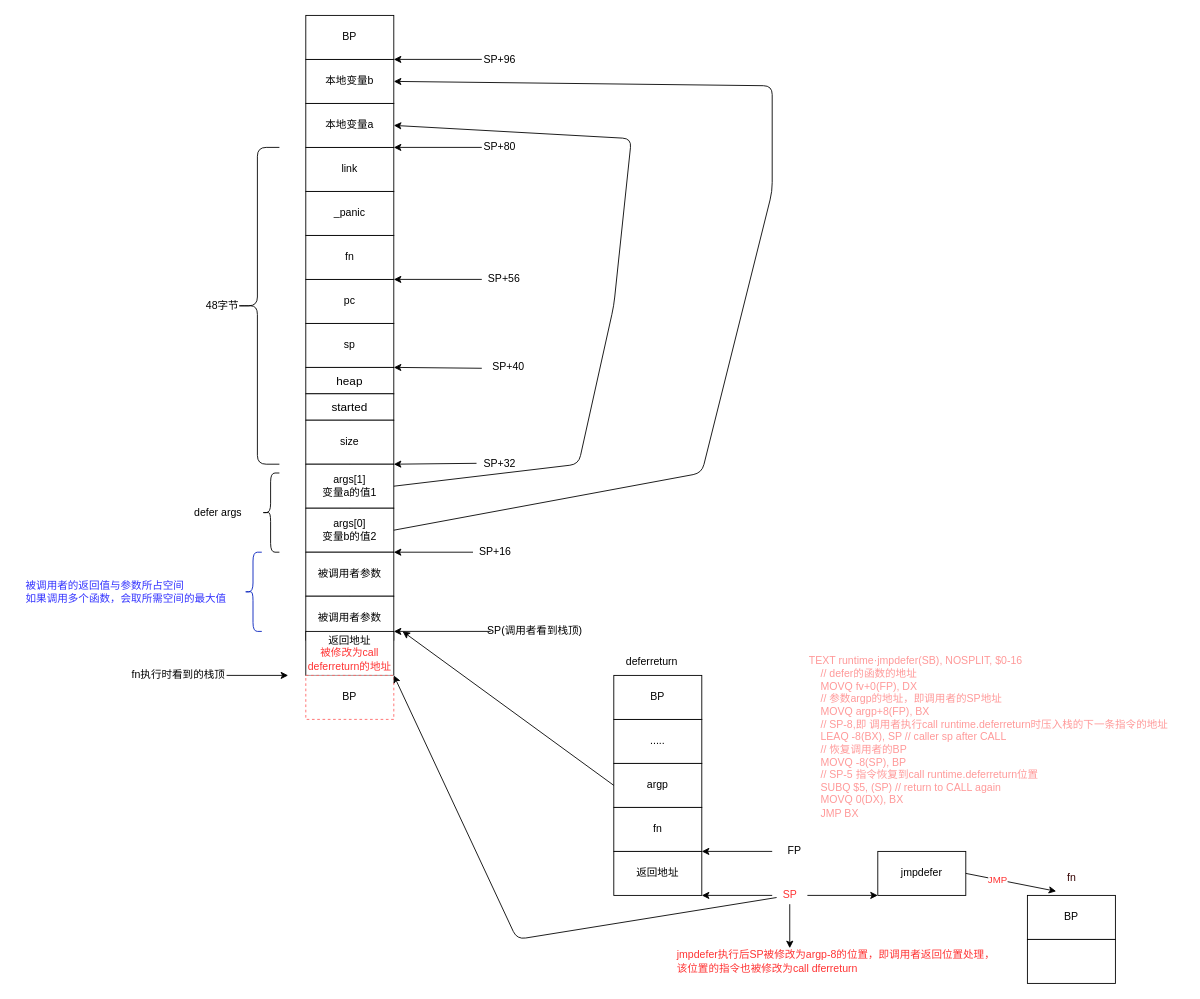
Earlier version of the draw.io diagram page "循环调用defer" (2 of 4) of dev-tool/go/source/image/defer2.drawio (6z7/my-notebook). Source tidied: cells renumbered, new cells numbered last; positions are measured from the earlier drawing's top-left corner, leaving out a move shared by most shapes. Both pictures are drawn from the tidied source at 88%, with x=0, y=0 at pixel (24, 15).
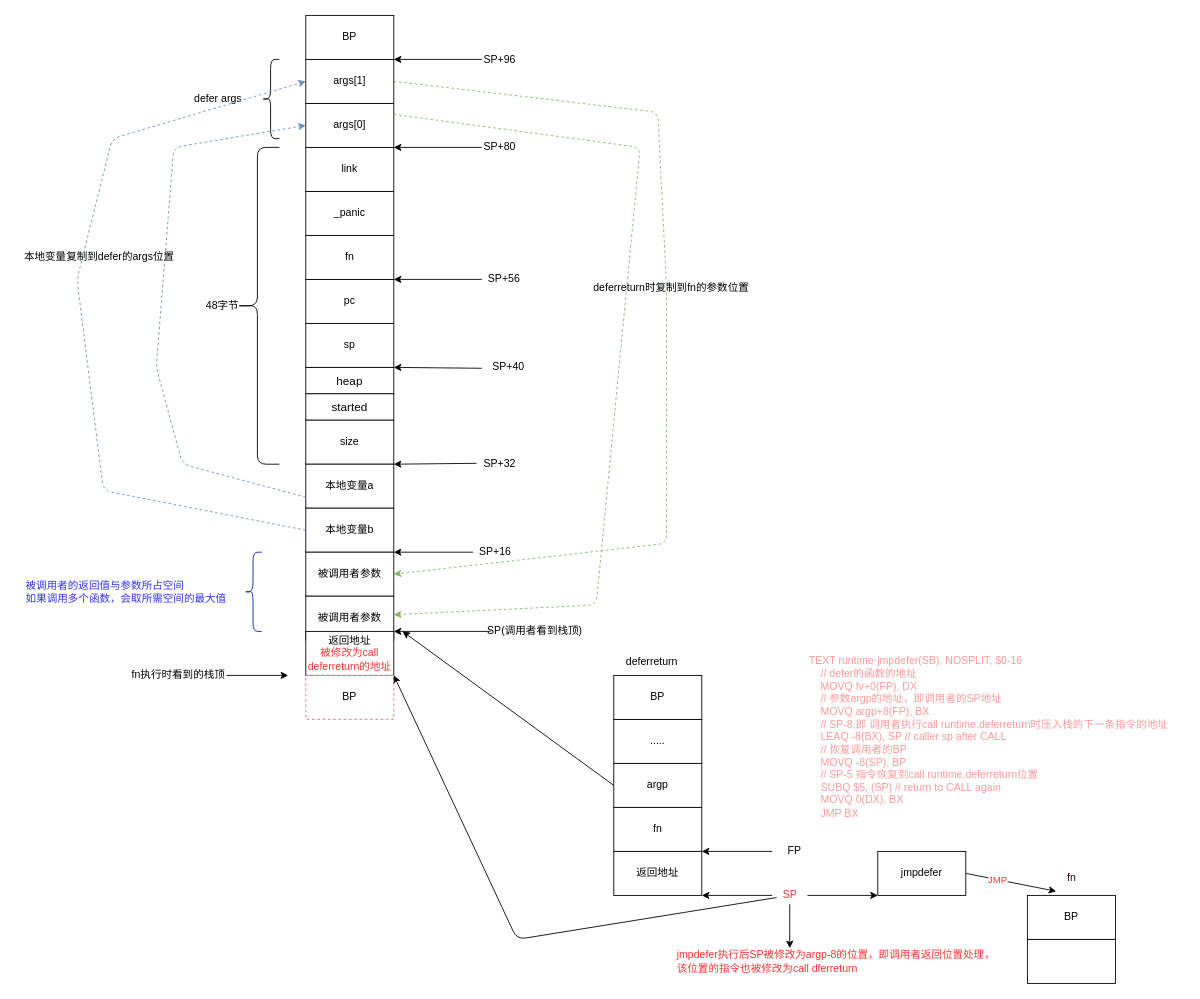
Above is the later version.

Unchanged cells that the change refers to:
```xml
<mxCell id="26" value="被调用者参数" style="rounded=0;whiteSpace=wrap;html=1;" parent="1" vertex="1">
  <mxGeometry x="320" y="610" width="100" height="50" as="geometry" />
</mxCell>
<mxCell id="28" value="被调用者参数" style="rounded=0;whiteSpace=wrap;html=1;" parent="1" vertex="1">
  <mxGeometry x="320" y="660" width="100" height="50" as="geometry" />
</mxCell>
```

What changed in the source:
```diff
@@
-    <mxCell id="11" value="本地变量a" style="rounded=0;whiteSpace=wrap;html=1;" parent="1" vertex="1">
+    <mxCell id="11" value="args[0]" style="rounded=0;whiteSpace=wrap;html=1;" parent="1" vertex="1">
       <mxGeometry x="320" y="100" width="100" height="50" as="geometry" />
     </mxCell>
@@
-    <mxCell id="13" value="本地变量b" style="rounded=0;whiteSpace=wrap;html=1;" parent="1" vertex="1">
+    <mxCell id="13" value="args[1]" style="rounded=0;whiteSpace=wrap;html=1;" parent="1" vertex="1">
       <mxGeometry x="320" y="50" width="100" height="50" as="geometry" />
     </mxCell>
@@
-    <mxCell id="22" value="args[1]&lt;br&gt;变量a的值1" style="rounded=0;whiteSpace=wrap;html=1;" parent="1" vertex="1">
+    <mxCell id="22" value="本地变量a" style="rounded=0;whiteSpace=wrap;html=1;" parent="1" vertex="1">
       <mxGeometry x="320" y="510" width="100" height="50" as="geometry" />
     </mxCell>
-    <mxCell id="23" value="args[0]&lt;br&gt;变量b的值2" style="rounded=0;whiteSpace=wrap;html=1;" parent="1" vertex="1">
+    <mxCell id="23" value="&lt;span&gt;本地变量b&lt;/span&gt;" style="rounded=0;whiteSpace=wrap;html=1;" parent="1" vertex="1">
       <mxGeometry x="320" y="560" width="100" height="50" as="geometry" />
     </mxCell>
@@
     <mxCell id="66" style="shape=curlyBracket;whiteSpace=wrap;html=1;rounded=1;" parent="1" vertex="1">
-      <mxGeometry x="270" y="520" width="20" height="90" as="geometry" />
+      <mxGeometry x="270" y="50" width="20" height="90" as="geometry" />
     </mxCell>
     <mxCell id="67" value="defer args" style="text;html=1;align=center;verticalAlign=middle;" parent="1" vertex="1">
-      <mxGeometry x="185" y="555" width="70" height="20" as="geometry" />
+      <mxGeometry x="185" y="85" width="70" height="20" as="geometry" />
     </mxCell>
-    <mxCell id="68" style="endArrow=classic;html=1;exitX=1;exitY=0.5;exitDx=0;exitDy=0;entryX=1;entryY=0.5;entryDx=0;entryDy=0;" parent="1" edge="1" source="23" target="13">
+    <mxCell id="68" style="endArrow=classic;html=1;exitX=0;exitY=0.5;exitDx=0;exitDy=0;entryX=0;entryY=0.5;entryDx=0;entryDy=0;gradientColor=#7ea6e0;fillColor=#dae8fc;strokeColor=#6c8ebf;dashed=1;" parent="1" edge="1" source="23" target="13">
       <mxGeometry relative="1" as="geometry">
         <Array as="points">
-          <mxPoint x="770" y="520" />
-          <mxPoint x="850" y="200" />
-          <mxPoint x="850" y="80" />
+          <mxPoint x="90" y="540" />
+          <mxPoint x="60" y="300" />
+          <mxPoint x="100" y="140" />
         </Array>
       </mxGeometry>
     </mxCell>
-    <mxCell id="69" style="endArrow=classic;html=1;exitX=1;exitY=0.5;exitDx=0;exitDy=0;entryX=1;entryY=0.5;entryDx=0;entryDy=0;" parent="1" edge="1" source="22" target="11">
+    <mxCell id="69" style="endArrow=classic;html=1;exitX=0;exitY=0.75;exitDx=0;exitDy=0;entryX=0;entryY=0.5;entryDx=0;entryDy=0;gradientColor=#7ea6e0;fillColor=#dae8fc;strokeColor=#6c8ebf;dashed=1;" parent="1" edge="1" source="22" target="11">
       <mxGeometry relative="1" as="geometry">
         <Array as="points">
-          <mxPoint x="630" y="510" />
-          <mxPoint x="670" y="330" />
-          <mxPoint x="690" y="140" />
+          <mxPoint x="180" y="510" />
+          <mxPoint x="150" y="400" />
+          <mxPoint x="170" y="150" />
         </Array>
       </mxGeometry>
     </mxCell>
@@
+    <mxCell id="83" style="text;html=1;align=center;verticalAlign=middle;fontColor=#000000;" parent="1" vertex="1">
+      <mxGeometry x="886" y="220" width="20" height="20" as="geometry" />
+    </mxCell>
+    <mxCell id="84" value="本地变量复制到defer的args位置" style="text;html=1;align=center;verticalAlign=middle;fontColor=#000000;" parent="1" vertex="1">
+      <mxGeometry x="-10" y="265" width="190" height="20" as="geometry" />
+    </mxCell>
+    <mxCell id="85" style="endArrow=classic;html=1;dashed=1;fontColor=#000000;align=center;exitX=1;exitY=0.25;exitDx=0;exitDy=0;entryX=1;entryY=0.42;entryDx=0;entryDy=0;entryPerimeter=0;gradientColor=#97d077;fillColor=#d5e8d4;strokeColor=#82b366;" parent="1" edge="1" source="11" target="28">
+      <mxGeometry relative="1" as="geometry">
+        <Array as="points">
+          <mxPoint x="700" y="150" />
+          <mxPoint x="650" y="670" />
+        </Array>
+      </mxGeometry>
+    </mxCell>
+    <mxCell id="86" style="endArrow=classic;html=1;dashed=1;fontColor=#000000;align=center;exitX=1;exitY=0.5;exitDx=0;exitDy=0;entryX=1;entryY=0.5;entryDx=0;entryDy=0;gradientColor=#97d077;fillColor=#d5e8d4;strokeColor=#82b366;" parent="1" edge="1" source="13" target="26">
+      <mxGeometry relative="1" as="geometry">
+        <Array as="points">
+          <mxPoint x="720" y="110" />
+          <mxPoint x="730" y="310" />
+          <mxPoint x="730" y="600" />
+        </Array>
+      </mxGeometry>
+    </mxCell>
+    <mxCell id="87" value="deferreturn时复制到fn的参数位置" style="text;html=1;align=center;verticalAlign=middle;fontColor=#000000;" parent="1" vertex="1">
+      <mxGeometry x="640" y="300" width="190" height="20" as="geometry" />
+    </mxCell>
```
